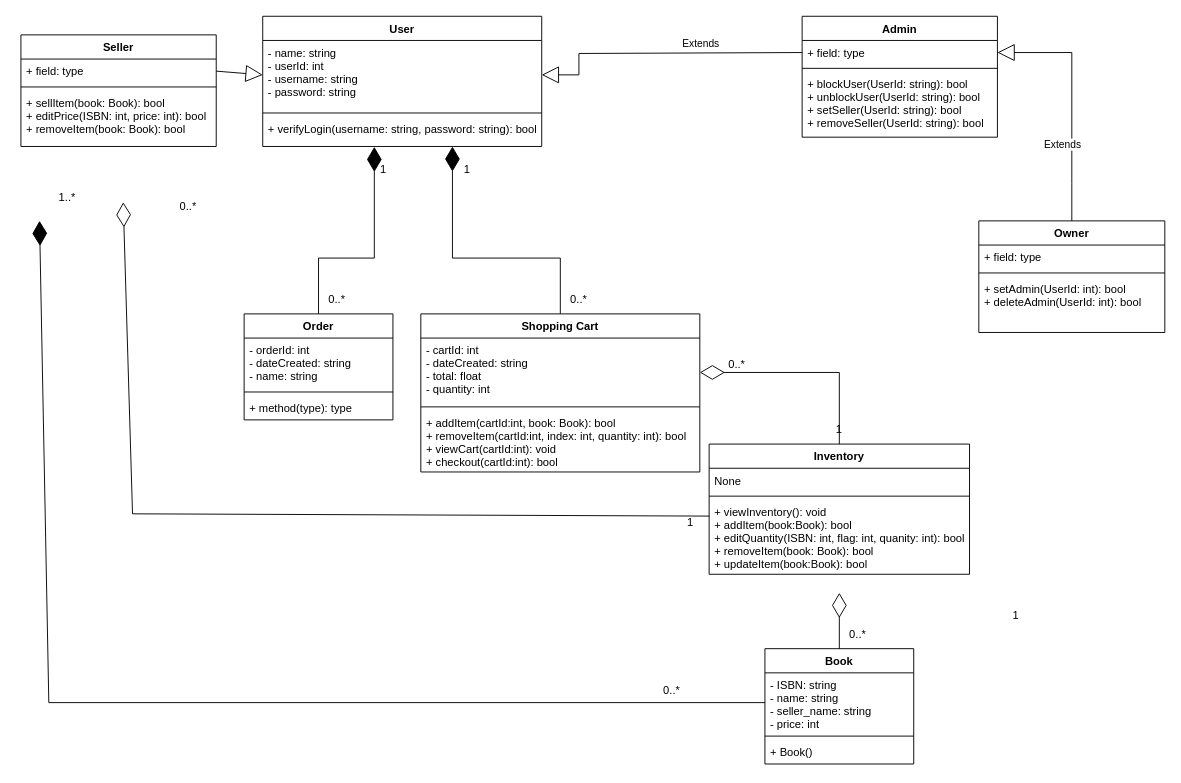
This is Class_Diagram.drawio from adl409/SE-project-Group-5, a draw.io file, before an edit. Source tidied: cells renumbered, new cells numbered last; positions are measured from the earlier drawing's top-left corner, leaving out a move shared by most shapes. Both pictures are drawn from the tidied source at 93%, with x=0, y=0 at pixel (20, 16).
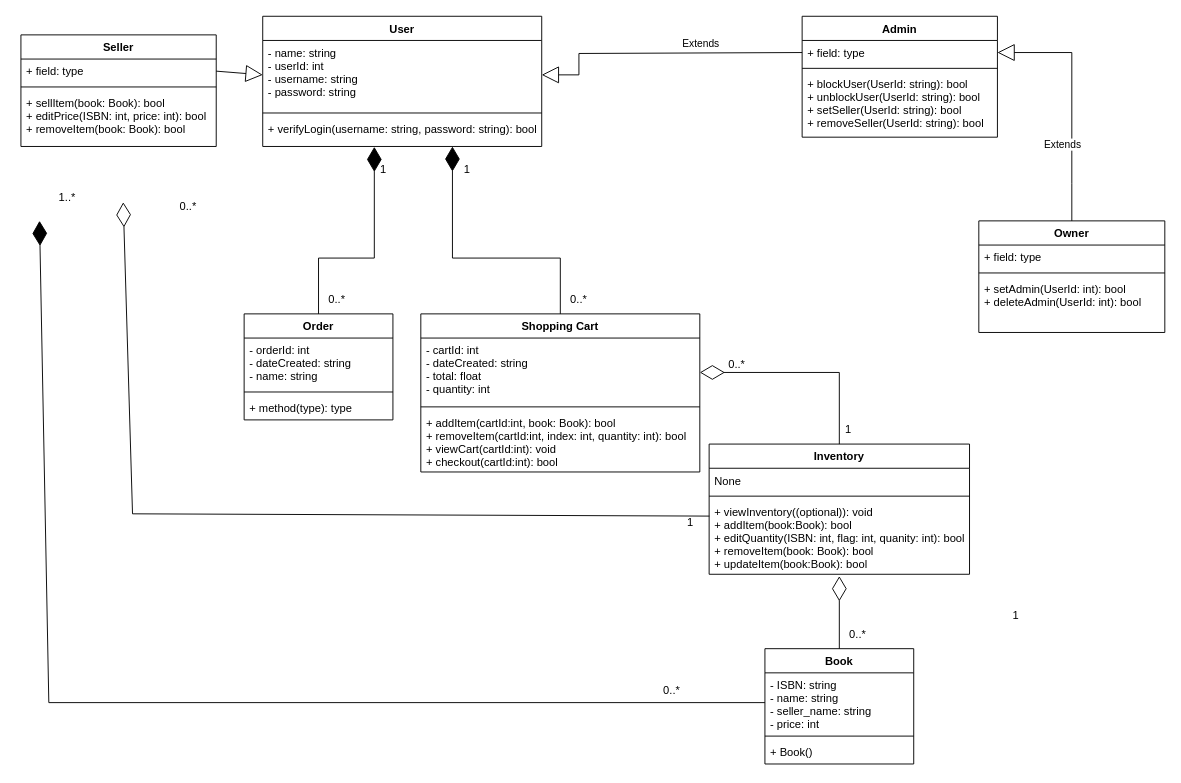
Above is the later version.

Unchanged cells that the change refers to:
```xml
<mxCell id="18" value="Inventory&#10;" style="swimlane;fontStyle=1;align=center;verticalAlign=top;horizontal=1;startSize=26;" parent="1" vertex="1">
  <mxGeometry x="740" y="460" width="280" height="140" as="geometry" />
</mxCell>
<mxCell id="38" value="Book" style="swimlane;fontStyle=1;align=center;verticalAlign=top;horizontal=1;startSize=26;" parent="1" vertex="1">
  <mxGeometry x="800" y="680" width="160" height="124" as="geometry" />
</mxCell>
```

What changed in the source:
```diff
@@
-    <mxCell id="21" value="+ viewInventory(): void&#10;+ addItem(book:Book): bool&#10;+ editQuantity(ISBN: int, flag: int, quanity: int): bool&#10;+ removeItem(book: Book): bool&#10;+ updateItem(book:Book): bool" style="text;strokeColor=none;fillColor=none;align=left;verticalAlign=top;spacingLeft=4;spacingRight=4;overflow=hidden;points=[[0,0.5],[1,0.5]];portConstraint=eastwest;" parent="18" vertex="1">
+    <mxCell id="21" value="+ viewInventory((optional)): void&#10;+ addItem(book:Book): bool&#10;+ editQuantity(ISBN: int, flag: int, quanity: int): bool&#10;+ removeItem(book: Book): bool&#10;+ updateItem(book:Book): bool" style="text;strokeColor=none;fillColor=none;align=left;verticalAlign=top;spacingLeft=4;spacingRight=4;overflow=hidden;points=[[0,0.5],[1,0.5]];portConstraint=eastwest;" parent="18" vertex="1">
       <mxGeometry y="60" width="280" height="80" as="geometry" />
     </mxCell>
@@
     <mxCell id="36" value="1" style="text;strokeColor=none;align=center;fillColor=none;html=1;verticalAlign=middle;whiteSpace=wrap;rounded=0;" parent="1" vertex="1">
-      <mxGeometry x="850" y="430" width="60" height="30" as="geometry" />
+      <mxGeometry x="860" y="430" width="60" height="30" as="geometry" />
     </mxCell>
@@
-    <mxCell id="42" style="endArrow=diamondThin;endFill=0;endSize=24;html=1;rounded=0;exitX=0.5;exitY=0;exitDx=0;exitDy=0;" parent="1" edge="1" source="38">
-      <mxGeometry relative="1" as="geometry">
-        <mxPoint x="880" y="620" as="targetPoint" />
-      </mxGeometry>
+    <mxCell id="42" style="endArrow=diamondThin;endFill=0;endSize=24;html=1;rounded=0;exitX=0.5;exitY=0;exitDx=0;exitDy=0;entryX=0.5;entryY=1.025;entryDx=0;entryDy=0;entryPerimeter=0;" parent="1" edge="1" source="38" target="21">
+      <mxGeometry relative="1" as="geometry" />
     </mxCell>
```
